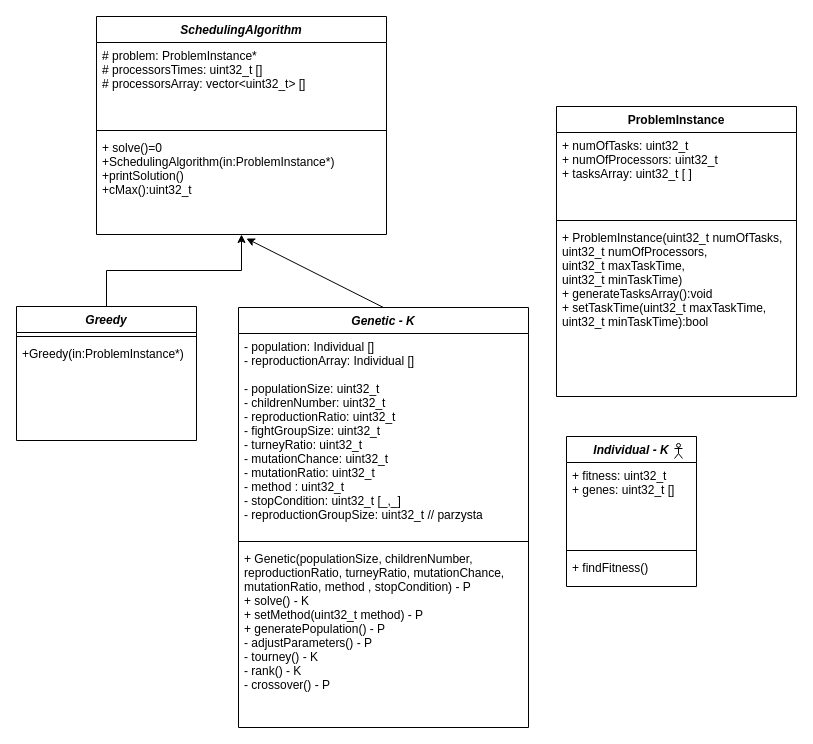
Before: ClassDiagram.drawio in linek150/TasksSchedulingMetaheurystic, a draw.io diagram. Source tidied: cells renumbered, new cells numbered last; positions are measured from the earlier drawing's top-left corner, leaving out a move shared by most shapes. Both pictures are drawn from the tidied source at 100%, with x=0, y=0 at pixel (16, 16).
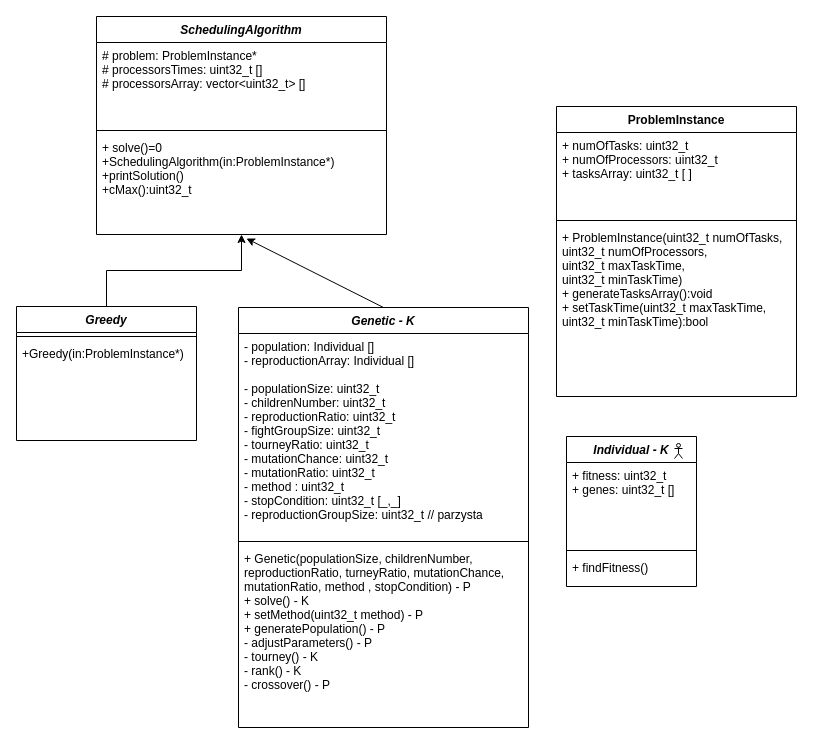
Above is the later version.

Commit message:
turney to tourney

The change refers to these unchanged cells:
```xml
<mxCell id="14" value="Genetic - K" style="swimlane;fontStyle=3;align=center;verticalAlign=top;horizontal=1;startSize=26;" parent="1" vertex="1">
  <mxGeometry x="222" y="291" width="290" height="420" as="geometry" />
</mxCell>
```

The edit, as a diff of the source:
```diff
@@
-    <mxCell id="15" value="- population: Individual []&#10;- reproductionArray: Individual [] &#10;&#10;- populationSize: uint32_t&#10;- childrenNumber: uint32_t&#10;- reproductionRatio: uint32_t&#10;- fightGroupSize: uint32_t        &#10;- turneyRatio: uint32_t&#10;- mutationChance: uint32_t&#10;- mutationRatio: uint32_t&#10;- method : uint32_t&#10;- stopCondition: uint32_t [_,_]&#10;- reproductionGroupSize: uint32_t // parzysta" style="text;strokeColor=none;fillColor=none;align=left;verticalAlign=top;spacingLeft=4;spacingRight=4;overflow=hidden;" parent="14" vertex="1">
+    <mxCell id="15" value="- population: Individual []&#10;- reproductionArray: Individual [] &#10;&#10;- populationSize: uint32_t&#10;- childrenNumber: uint32_t&#10;- reproductionRatio: uint32_t&#10;- fightGroupSize: uint32_t        &#10;- tourneyRatio: uint32_t&#10;- mutationChance: uint32_t&#10;- mutationRatio: uint32_t&#10;- method : uint32_t&#10;- stopCondition: uint32_t [_,_]&#10;- reproductionGroupSize: uint32_t // parzysta" style="text;strokeColor=none;fillColor=none;align=left;verticalAlign=top;spacingLeft=4;spacingRight=4;overflow=hidden;" parent="14" vertex="1">
       <mxGeometry y="26" width="290" height="204" as="geometry" />
     </mxCell>
```
